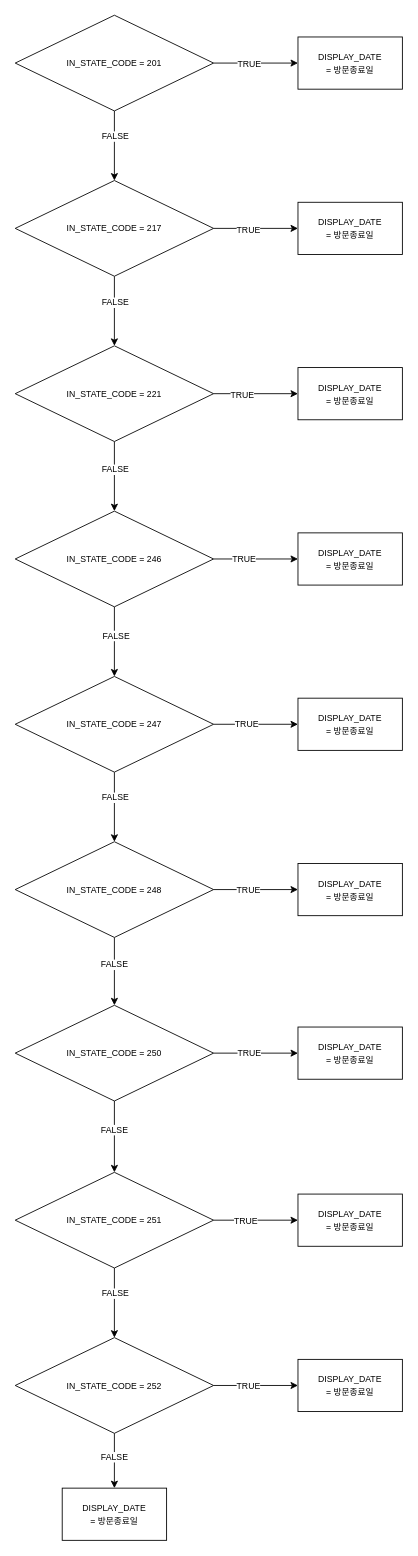
The draw.io diagram drawio/sp_set_display_time_for_transaction.drawio in Leo-Nam/stored-procedures, before the edit. Source tidied: cells renumbered, new cells numbered last; positions are measured from the earlier drawing's top-left corner, leaving out a move shared by most shapes. Both pictures are drawn from the tidied source at 87%, with x=0, y=0 at pixel (15, 15).
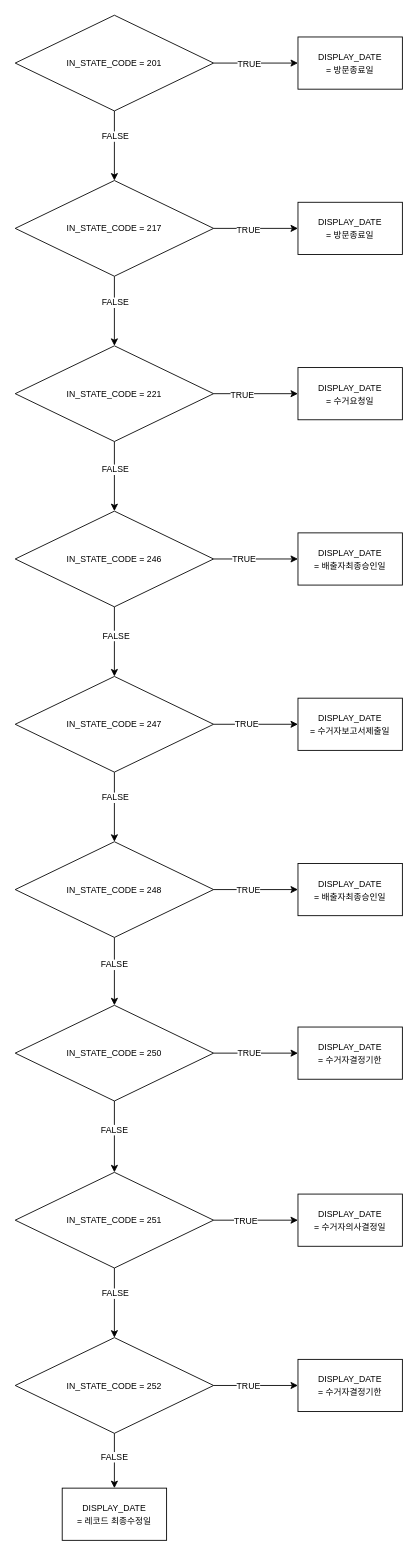
After the change.

The edit, as a diff of the source:
```diff
@@
-    <mxCell id="49" value="&lt;span style=&quot;font-size: 10px&quot;&gt;DISPLAY_DATE&lt;/span&gt;&lt;br style=&quot;font-size: 10px&quot;&gt;&lt;span style=&quot;font-size: 10px&quot;&gt;= 방문종료일&lt;/span&gt;" style="whiteSpace=wrap;html=1;" parent="1" vertex="1">
+    <mxCell id="49" value="&lt;span style=&quot;font-size: 10px&quot;&gt;DISPLAY_DATE&lt;/span&gt;&lt;br style=&quot;font-size: 10px&quot;&gt;&lt;span style=&quot;font-size: 10px&quot;&gt;= 수거요청일&lt;/span&gt;" style="whiteSpace=wrap;html=1;" parent="1" vertex="1">
       <mxGeometry x="325" y="405" width="120" height="60" as="geometry" />
     </mxCell>
-    <mxCell id="50" value="&lt;span style=&quot;font-size: 10px&quot;&gt;DISPLAY_DATE&lt;/span&gt;&lt;br style=&quot;font-size: 10px&quot;&gt;&lt;span style=&quot;font-size: 10px&quot;&gt;= 방문종료일&lt;/span&gt;" style="whiteSpace=wrap;html=1;" parent="1" vertex="1">
+    <mxCell id="50" value="&lt;span style=&quot;font-size: 10px&quot;&gt;DISPLAY_DATE&lt;/span&gt;&lt;br style=&quot;font-size: 10px&quot;&gt;&lt;span style=&quot;font-size: 10px&quot;&gt;= 배출자최종승인일&lt;/span&gt;" style="whiteSpace=wrap;html=1;" parent="1" vertex="1">
       <mxGeometry x="325" y="595" width="120" height="60" as="geometry" />
     </mxCell>
-    <mxCell id="51" value="&lt;span style=&quot;font-size: 10px&quot;&gt;DISPLAY_DATE&lt;/span&gt;&lt;br style=&quot;font-size: 10px&quot;&gt;&lt;span style=&quot;font-size: 10px&quot;&gt;= 방문종료일&lt;/span&gt;" style="whiteSpace=wrap;html=1;" parent="1" vertex="1">
+    <mxCell id="51" value="&lt;span style=&quot;font-size: 10px&quot;&gt;DISPLAY_DATE&lt;/span&gt;&lt;br style=&quot;font-size: 10px&quot;&gt;&lt;span style=&quot;font-size: 10px&quot;&gt;= 수거자보고서제출일&lt;/span&gt;" style="whiteSpace=wrap;html=1;" parent="1" vertex="1">
       <mxGeometry x="325" y="785" width="120" height="60" as="geometry" />
     </mxCell>
-    <mxCell id="52" value="&lt;span style=&quot;font-size: 10px&quot;&gt;DISPLAY_DATE&lt;/span&gt;&lt;br style=&quot;font-size: 10px&quot;&gt;&lt;span style=&quot;font-size: 10px&quot;&gt;= 방문종료일&lt;/span&gt;" style="whiteSpace=wrap;html=1;" parent="1" vertex="1">
+    <mxCell id="52" value="&lt;span style=&quot;font-size: 10px&quot;&gt;DISPLAY_DATE&lt;/span&gt;&lt;br style=&quot;font-size: 10px&quot;&gt;&lt;span style=&quot;font-size: 10px&quot;&gt;= 배출자최종승인일&lt;/span&gt;" style="whiteSpace=wrap;html=1;" parent="1" vertex="1">
       <mxGeometry x="325" y="975" width="120" height="60" as="geometry" />
     </mxCell>
-    <mxCell id="53" value="&lt;span style=&quot;font-size: 10px&quot;&gt;DISPLAY_DATE&lt;/span&gt;&lt;br style=&quot;font-size: 10px&quot;&gt;&lt;span style=&quot;font-size: 10px&quot;&gt;= 방문종료일&lt;/span&gt;" style="whiteSpace=wrap;html=1;" parent="1" vertex="1">
+    <mxCell id="53" value="&lt;span style=&quot;font-size: 10px&quot;&gt;DISPLAY_DATE&lt;/span&gt;&lt;br style=&quot;font-size: 10px&quot;&gt;&lt;span style=&quot;font-size: 10px&quot;&gt;= 수거자결정기한&lt;/span&gt;" style="whiteSpace=wrap;html=1;" parent="1" vertex="1">
       <mxGeometry x="325" y="1163" width="120" height="60" as="geometry" />
     </mxCell>
-    <mxCell id="54" value="&lt;span style=&quot;font-size: 10px&quot;&gt;DISPLAY_DATE&lt;/span&gt;&lt;br style=&quot;font-size: 10px&quot;&gt;&lt;span style=&quot;font-size: 10px&quot;&gt;= 방문종료일&lt;/span&gt;" style="whiteSpace=wrap;html=1;" parent="1" vertex="1">
+    <mxCell id="54" value="&lt;span style=&quot;font-size: 10px&quot;&gt;DISPLAY_DATE&lt;/span&gt;&lt;br style=&quot;font-size: 10px&quot;&gt;&lt;span style=&quot;font-size: 10px&quot;&gt;= 수거자의사결정일&lt;/span&gt;" style="whiteSpace=wrap;html=1;" parent="1" vertex="1">
       <mxGeometry x="325" y="1355" width="120" height="60" as="geometry" />
     </mxCell>
-    <mxCell id="55" value="&lt;span style=&quot;font-size: 10px&quot;&gt;DISPLAY_DATE&lt;/span&gt;&lt;br style=&quot;font-size: 10px&quot;&gt;&lt;span style=&quot;font-size: 10px&quot;&gt;= 방문종료일&lt;/span&gt;" style="whiteSpace=wrap;html=1;" parent="1" vertex="1">
+    <mxCell id="55" value="&lt;span style=&quot;font-size: 10px&quot;&gt;DISPLAY_DATE&lt;/span&gt;&lt;br style=&quot;font-size: 10px&quot;&gt;&lt;span style=&quot;font-size: 10px&quot;&gt;= 수거자결정기한&lt;/span&gt;" style="whiteSpace=wrap;html=1;" parent="1" vertex="1">
       <mxGeometry x="325" y="1545" width="120" height="60" as="geometry" />
     </mxCell>
-    <mxCell id="56" value="&lt;span style=&quot;font-size: 10px&quot;&gt;DISPLAY_DATE&lt;/span&gt;&lt;br style=&quot;font-size: 10px&quot;&gt;&lt;span style=&quot;font-size: 10px&quot;&gt;= 방문종료일&lt;/span&gt;" style="whiteSpace=wrap;html=1;" parent="1" vertex="1">
+    <mxCell id="56" value="&lt;span style=&quot;font-size: 10px&quot;&gt;DISPLAY_DATE&lt;/span&gt;&lt;br style=&quot;font-size: 10px&quot;&gt;&lt;span style=&quot;font-size: 10px&quot;&gt;= 레코드 최종수정일&lt;/span&gt;" style="whiteSpace=wrap;html=1;" parent="1" vertex="1">
       <mxGeometry x="54" y="1693" width="120" height="60" as="geometry" />
     </mxCell>
```
